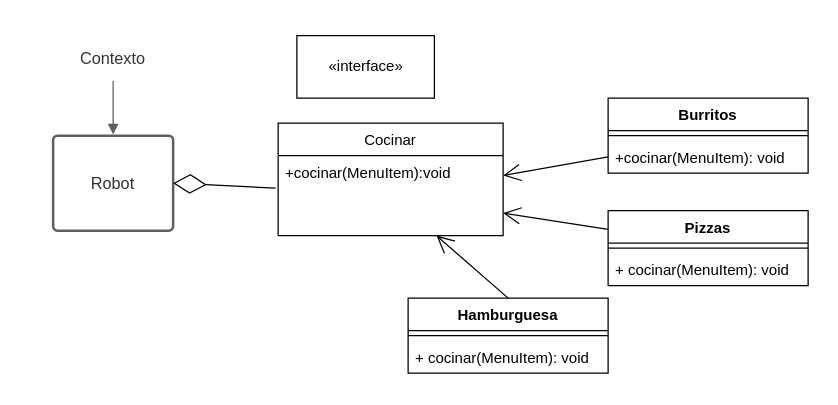
The draw.io diagram Strategy.drawio in Rogarpa/Proyecto-1-Modelado-y-Programacion, before the edit. Source tidied: cells renumbered, new cells numbered last; positions are measured from the earlier drawing's top-left corner, leaving out a move shared by most shapes. Both pictures are drawn from the tidied source at 125%, with x=0, y=0 at pixel (22, 35).
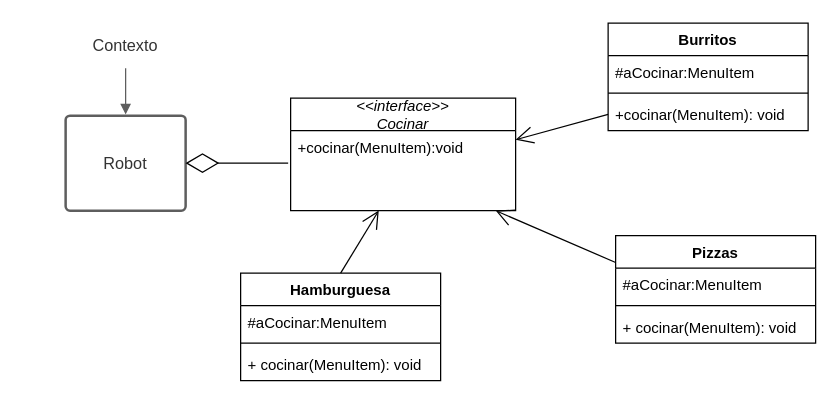
Above is the later version.

Commit message (it also covers changes not shown here):
Adapter y Strategy terminados.

Diff of the diagram source:
```diff
@@
     <mxCell id="2" value="Robot" style="html=1;overflow=block;whiteSpace=wrap;whiteSpace=wrap;fontSize=13;fontColor=#333333;align=center;whiteSpace=wrap;spacing=0;strokeColor=#5e5e5e;strokeOpacity=100;rounded=1;absoluteArcSize=1;arcSize=7;strokeWidth=2;" parent="1" vertex="1">
-      <mxGeometry x="24" y="80" width="96" height="76" as="geometry" />
+      <mxGeometry x="34" y="64" width="96" height="76" as="geometry" />
     </mxCell>
     <mxCell id="3" value="Contexto" style="html=1;overflow=block;whiteSpace=wrap;whiteSpace=wrap;fontSize=13;fontColor=#333333;align=center;spacing=3;strokeOpacity=0;fillOpacity=0;rounded=1;absoluteArcSize=1;arcSize=7;fillColor=#ffffff;strokeWidth=2;" parent="1" vertex="1">
-      <mxGeometry width="144" height="36" as="geometry" />
+      <mxGeometry x="10" y="-10" width="144" height="36" as="geometry" />
     </mxCell>
@@
     <mxCell id="5" value="Pizzas" style="swimlane;fontStyle=1;align=center;verticalAlign=top;horizontal=1;startSize=26;" parent="1" vertex="1">
-      <mxGeometry x="468" y="140" width="160" height="60" as="geometry" />
+      <mxGeometry x="474" y="160" width="160" height="86" as="geometry" />
     </mxCell>
+    <mxCell id="21" value="#aCocinar:MenuItem" style="text;strokeColor=none;fillColor=none;align=left;verticalAlign=top;spacingLeft=4;spacingRight=4;overflow=hidden;" parent="5" vertex="1">
+      <mxGeometry y="26" width="160" height="26" as="geometry" />
+    </mxCell>
     <mxCell id="6" style="line;strokeWidth=1;fillColor=none;align=left;verticalAlign=middle;spacingTop=-1;spacingLeft=3;spacingRight=3;labelPosition=right;" parent="5" vertex="1">
-      <mxGeometry y="26" width="160" height="8" as="geometry" />
+      <mxGeometry y="52" width="160" height="8" as="geometry" />
     </mxCell>
     <mxCell id="7" value="+ cocinar(MenuItem): void" style="text;strokeColor=none;fillColor=none;align=left;verticalAlign=top;spacingLeft=4;spacingRight=4;overflow=hidden;" parent="5" vertex="1">
-      <mxGeometry y="34" width="160" height="26" as="geometry" />
+      <mxGeometry y="60" width="160" height="26" as="geometry" />
     </mxCell>
     <mxCell id="8" value="Hamburguesa" style="swimlane;fontStyle=1;align=center;verticalAlign=top;horizontal=1;startSize=26;" parent="1" vertex="1">
-      <mxGeometry x="308" y="210" width="160" height="60" as="geometry" />
+      <mxGeometry x="174" y="190" width="160" height="86" as="geometry" />
     </mxCell>
+    <mxCell id="22" value="#aCocinar:MenuItem" style="text;strokeColor=none;fillColor=none;align=left;verticalAlign=top;spacingLeft=4;spacingRight=4;overflow=hidden;" parent="8" vertex="1">
+      <mxGeometry y="26" width="160" height="26" as="geometry" />
+    </mxCell>
     <mxCell id="9" style="line;strokeWidth=1;fillColor=none;align=left;verticalAlign=middle;spacingTop=-1;spacingLeft=3;spacingRight=3;labelPosition=right;" parent="8" vertex="1">
-      <mxGeometry y="26" width="160" height="8" as="geometry" />
+      <mxGeometry y="52" width="160" height="8" as="geometry" />
     </mxCell>
     <mxCell id="10" value="+ cocinar(MenuItem): void" style="text;strokeColor=none;fillColor=none;align=left;verticalAlign=top;spacingLeft=4;spacingRight=4;overflow=hidden;" parent="8" vertex="1">
-      <mxGeometry y="34" width="160" height="26" as="geometry" />
+      <mxGeometry y="60" width="160" height="26" as="geometry" />
     </mxCell>
     <mxCell id="11" value="Burritos" style="swimlane;fontStyle=1;align=center;verticalAlign=top;horizontal=1;startSize=26;" parent="1" vertex="1">
-      <mxGeometry x="468" y="50" width="160" height="60" as="geometry" />
+      <mxGeometry x="468" y="-10" width="160" height="86" as="geometry" />
     </mxCell>
+    <mxCell id="23" value="#aCocinar:MenuItem" style="text;strokeColor=none;fillColor=none;align=left;verticalAlign=top;spacingLeft=4;spacingRight=4;overflow=hidden;" parent="11" vertex="1">
+      <mxGeometry y="26" width="160" height="26" as="geometry" />
+    </mxCell>
     <mxCell id="12" style="line;strokeWidth=1;fillColor=none;align=left;verticalAlign=middle;spacingTop=-1;spacingLeft=3;spacingRight=3;labelPosition=right;" parent="11" vertex="1">
-      <mxGeometry y="26" width="160" height="8" as="geometry" />
+      <mxGeometry y="52" width="160" height="8" as="geometry" />
     </mxCell>
     <mxCell id="13" value="+cocinar(MenuItem): void" style="text;strokeColor=none;fillColor=none;align=left;verticalAlign=top;spacingLeft=4;spacingRight=4;overflow=hidden;points=[[0,0.5],[1,0.5]];portConstraint=eastwest;" parent="11" vertex="1">
-      <mxGeometry y="34" width="160" height="26" as="geometry" />
+      <mxGeometry y="60" width="160" height="26" as="geometry" />
     </mxCell>
-    <mxCell id="14" value="Cocinar" style="swimlane;fontStyle=0;horizontal=1;startSize=26;fillColor=none;" parent="1" vertex="1">
-      <mxGeometry x="204" y="70" width="180" height="90" as="geometry" />
+    <mxCell id="14" value="&lt;&lt;interface&gt;&gt;&#10;Cocinar" style="swimlane;fontStyle=2;horizontal=1;startSize=26;fillColor=none;" parent="1" vertex="1">
+      <mxGeometry x="214" y="50" width="180" height="90" as="geometry" />
     </mxCell>
@@
-    <mxCell id="16" value="«interface»" style="html=1;" parent="1" vertex="1">
-      <mxGeometry x="219" width="110" height="50" as="geometry" />
-    </mxCell>
```
